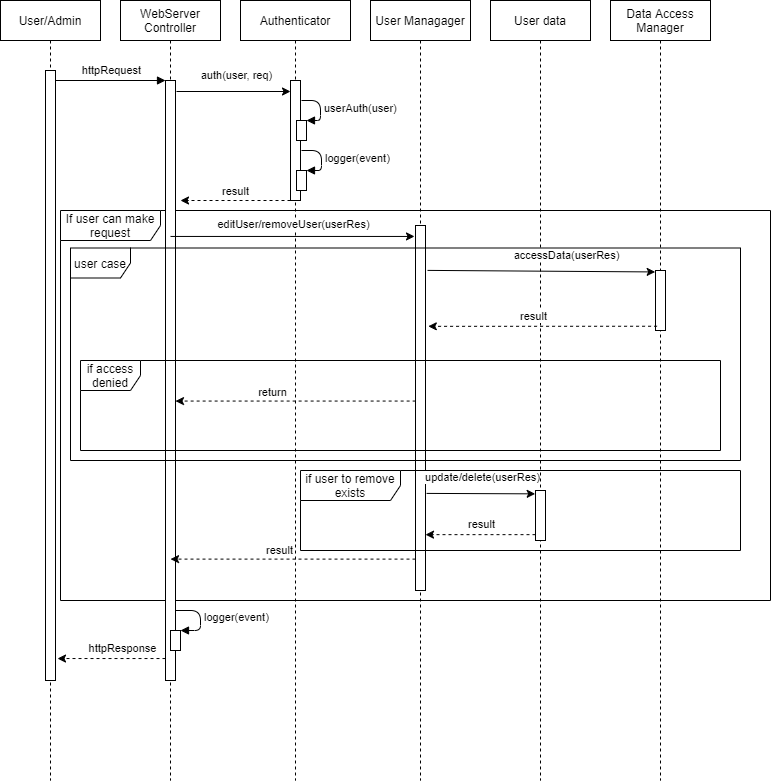
Before: plans/Sequence Diagrams/user_call_editOrRemoveUser.drawio.png, a diagram exported from draw.io (zuper1998/SzamBiztHF). Source tidied: cells renumbered, new cells last; positions are measured from the earlier drawing's top-left corner, leaving out a move shared by most shapes.
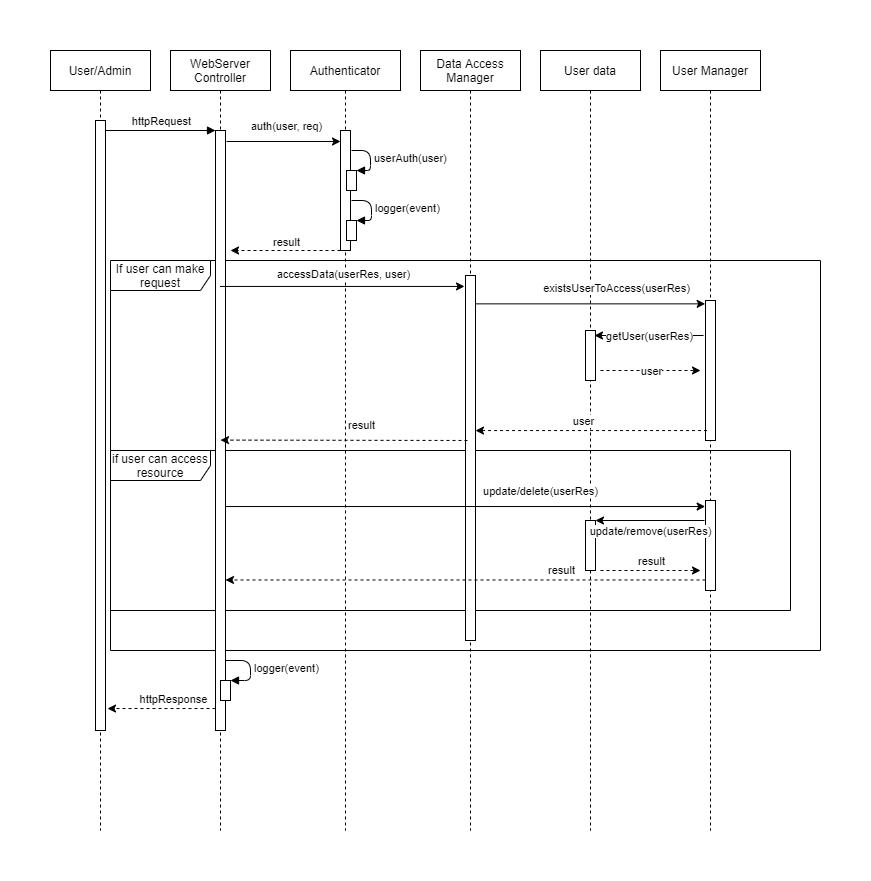
After the commit.

Commit message:
updated and added seq diagrams

Diff of the diagram source:
```diff
@@ -5,6 +5,9 @@
     <mxCell id="2" value="If user can make request" style="shape=umlFrame;whiteSpace=wrap;html=1;width=100;height=30;" parent="1" vertex="1">
       <mxGeometry x="60" y="210" width="710" height="390" as="geometry" />
     </mxCell>
+    <mxCell id="35" value="if user can access resource" style="shape=umlFrame;whiteSpace=wrap;html=1;width=100;height=30;" parent="1" vertex="1">
+      <mxGeometry x="60" y="400" width="680" height="160" as="geometry" />
+    </mxCell>
     <mxCell id="3" value="User/Admin" style="shape=umlLifeline;perimeter=lifelinePerimeter;shadow=0;strokeWidth=1;" parent="1" vertex="1">
       <mxGeometry width="100" height="780" as="geometry" />
     </mxCell>
@@ -89,7 +92,7 @@
         <mxPoint x="19" y="-8" as="offset" />
       </mxGeometry>
     </mxCell>
-    <mxCell id="21" value="User Managager" style="shape=umlLifeline;perimeter=lifelinePerimeter;shadow=0;strokeWidth=1;" parent="1" vertex="1">
+    <mxCell id="21" value="Data Access&#10;Manager" style="shape=umlLifeline;perimeter=lifelinePerimeter;shadow=0;strokeWidth=1;" parent="1" vertex="1">
       <mxGeometry x="370" width="100" height="780" as="geometry" />
     </mxCell>
     <mxCell id="22" style="points=[];perimeter=orthogonalPerimeter;shadow=0;strokeWidth=1;" parent="21" vertex="1">
@@ -98,19 +101,11 @@
     <mxCell id="23" style="endArrow=classic;html=1;entryX=-0.1;entryY=0.03;entryDx=0;entryDy=0;entryPerimeter=0;" parent="1" edge="1" source="5" target="22">
       <mxGeometry relative="1" as="geometry" />
     </mxCell>
-    <mxCell id="24" value="editUser/removeUser(userRes)" style="edgeLabel;html=1;align=center;verticalAlign=middle;" parent="23" vertex="1">
+    <mxCell id="24" value="accessData(userRes, user)" style="edgeLabel;html=1;align=center;verticalAlign=middle;" parent="23" vertex="1">
       <mxGeometry x="-0.11" y="1" relative="1" as="geometry">
         <mxPoint x="14" y="-11" as="offset" />
       </mxGeometry>
     </mxCell>
-    <mxCell id="25" style="endArrow=classic;html=1;exitX=0;exitY=0.914;exitDx=0;exitDy=0;exitPerimeter=0;dashed=1;" parent="1" edge="1" source="22" target="5">
-      <mxGeometry relative="1" as="geometry" />
-    </mxCell>
-    <mxCell id="26" value="result" style="edgeLabel;html=1;align=center;verticalAlign=middle;" parent="25" vertex="1">
-      <mxGeometry x="-0.19" y="1" relative="1" as="geometry">
-        <mxPoint x="-37" y="-10" as="offset" />
-      </mxGeometry>
-    </mxCell>
     <mxCell id="27" style="endArrow=classic;html=1;dashed=1;entryX=1.2;entryY=0.964;entryDx=0;entryDy=0;entryPerimeter=0;" parent="1" edge="1" source="6" target="4">
       <mxGeometry relative="1" as="geometry" />
     </mxCell>
@@ -122,10 +117,13 @@
     <mxCell id="29" value="User data" style="shape=umlLifeline;perimeter=lifelinePerimeter;shadow=0;strokeWidth=1;" parent="1" vertex="1">
       <mxGeometry x="490" width="100" height="780" as="geometry" />
     </mxCell>
-    <mxCell id="30" style="points=[];perimeter=orthogonalPerimeter;shadow=0;strokeWidth=1;" parent="29" vertex="1">
-      <mxGeometry x="45" y="490" width="10" height="50" as="geometry" />
-    </mxCell>
+    <mxCell id="46" style="points=[];perimeter=orthogonalPerimeter;shadow=0;strokeWidth=1;" parent="29" vertex="1">
+      <mxGeometry x="45" y="280" width="10" height="50" as="geometry" />
+    </mxCell>
+    <mxCell id="47" style="perimeter=orthogonalPerimeter;shadow=0;strokeWidth=1;" parent="29" vertex="1">
+      <mxGeometry x="45" y="470" width="10" height="50" as="geometry" />
+    </mxCell>
-    <mxCell id="31" style="endArrow=classic;html=1;dashed=1;exitX=0;exitY=0.883;exitDx=0;exitDy=0;exitPerimeter=0;" parent="1" edge="1" source="30" target="22">
+    <mxCell id="31" style="endArrow=classic;html=1;dashed=1;exitX=0;exitY=0.883;exitDx=0;exitDy=0;exitPerimeter=0;" parent="1" edge="1" source="30" target="6">
       <mxGeometry relative="1" as="geometry" />
     </mxCell>
     <mxCell id="32" value="result" style="edgeLabel;html=1;align=center;verticalAlign=middle;" parent="31" vertex="1">
@@ -133,35 +131,32 @@
         <mxPoint x="-28" y="-9" as="offset" />
       </mxGeometry>
     </mxCell>
-    <mxCell id="33" value="Data Access &#10;Manager" style="shape=umlLifeline;perimeter=lifelinePerimeter;shadow=0;strokeWidth=1;" parent="1" vertex="1">
+    <mxCell id="33" value="User Manager" style="shape=umlLifeline;perimeter=lifelinePerimeter;shadow=0;strokeWidth=1;" parent="1" vertex="1">
       <mxGeometry x="610" width="100" height="780" as="geometry" />
     </mxCell>
     <mxCell id="34" style="points=[];perimeter=orthogonalPerimeter;shadow=0;strokeWidth=1;" parent="33" vertex="1">
-      <mxGeometry x="45" y="270" width="10" height="60" as="geometry" />
+      <mxGeometry x="45" y="250" width="10" height="140" as="geometry" />
     </mxCell>
-    <mxCell id="35" value="if user to remove exists" style="shape=umlFrame;whiteSpace=wrap;html=1;width=100;height=30;" parent="1" vertex="1">
-      <mxGeometry x="300" y="470" width="440" height="80" as="geometry" />
-    </mxCell>
+    <mxCell id="30" style="points=[];perimeter=orthogonalPerimeter;shadow=0;strokeWidth=1;" parent="33" vertex="1">
+      <mxGeometry x="45" y="450" width="10" height="90" as="geometry" />
+    </mxCell>
-    <mxCell id="36" style="endArrow=classic;html=1;dashed=1;exitX=0.157;exitY=0.929;exitDx=0;exitDy=0;exitPerimeter=0;entryX=0.518;entryY=0.297;entryDx=0;entryDy=0;entryPerimeter=0;" parent="1" edge="1" source="34" target="2">
+    <mxCell id="36" style="endArrow=classic;html=1;dashed=1;exitX=0.157;exitY=0.929;exitDx=0;exitDy=0;exitPerimeter=0;" parent="1" edge="1" source="34" target="22">
       <mxGeometry relative="1" as="geometry" />
     </mxCell>
-    <mxCell id="37" value="result" style="edgeLabel;html=1;align=center;verticalAlign=middle;" parent="36" vertex="1">
+    <mxCell id="37" value="user" style="edgeLabel;html=1;align=center;verticalAlign=middle;" parent="36" vertex="1">
       <mxGeometry x="-0.51" y="-1" relative="1" as="geometry">
         <mxPoint x="-68" y="-9" as="offset" />
       </mxGeometry>
     </mxCell>
-    <mxCell id="38" value="user case" style="shape=umlFrame;whiteSpace=wrap;html=1;" parent="1" vertex="1">
-      <mxGeometry x="70" y="247.5" width="670" height="212.5" as="geometry" />
-    </mxCell>
-    <mxCell id="39" style="endArrow=classic;html=1;exitX=1.205;exitY=0.123;exitDx=0;exitDy=0;exitPerimeter=0;entryX=-0.033;entryY=0.024;entryDx=0;entryDy=0;entryPerimeter=0;" parent="1" edge="1" source="22" target="34">
+    <mxCell id="39" style="endArrow=classic;html=1;entryX=-0.033;entryY=0.024;entryDx=0;entryDy=0;entryPerimeter=0;" parent="1" edge="1" source="22" target="34">
       <mxGeometry relative="1" as="geometry" />
     </mxCell>
-    <mxCell id="40" value="accessData(userRes)" style="edgeLabel;html=1;align=center;verticalAlign=middle;" parent="39" vertex="1">
+    <mxCell id="40" value="existsUserToAccess(userRes)" style="edgeLabel;html=1;align=center;verticalAlign=middle;" parent="39" vertex="1">
       <mxGeometry x="0.39" relative="1" as="geometry">
         <mxPoint x="-20" y="-16" as="offset" />
       </mxGeometry>
     </mxCell>
-    <mxCell id="41" style="endArrow=classic;html=1;exitX=1.11;exitY=0.734;exitDx=0;exitDy=0;exitPerimeter=0;entryX=-0.033;entryY=0.067;entryDx=0;entryDy=0;entryPerimeter=0;" parent="1" edge="1" source="22" target="30">
+    <mxCell id="41" style="endArrow=classic;html=1;entryX=-0.033;entryY=0.067;entryDx=0;entryDy=0;entryPerimeter=0;" parent="1" edge="1" source="6" target="30">
       <mxGeometry relative="1" as="geometry" />
     </mxCell>
     <mxCell id="42" value="update/delete(userRes)" style="edgeLabel;html=1;align=center;verticalAlign=middle;" parent="41" vertex="1">
@@ -169,16 +164,50 @@
         <mxPoint x="-20" y="-16" as="offset" />
       </mxGeometry>
     </mxCell>
-    <mxCell id="43" value="if access denied" style="shape=umlFrame;whiteSpace=wrap;html=1;" parent="1" vertex="1">
-      <mxGeometry x="80" y="360" width="640" height="90" as="geometry" />
-    </mxCell>
+    <mxCell id="48" style="endArrow=classic;html=1;rounded=0;edgeStyle=orthogonalEdgeStyle;exitX=-0.2;exitY=0.25;exitDx=0;exitDy=0;exitPerimeter=0;entryX=0.9;entryY=0.1;entryDx=0;entryDy=0;entryPerimeter=0;" parent="1" edge="1" source="34" target="46">
+      <mxGeometry relative="1" as="geometry" />
+    </mxCell>
+    <mxCell id="49" value="getUser(userRes)" style="edgeLabel;html=1;align=center;verticalAlign=middle;" parent="48" vertex="1">
+      <mxGeometry relative="1" as="geometry" />
+    </mxCell>
+    <mxCell id="50" style="endArrow=classic;html=1;rounded=0;edgeStyle=orthogonalEdgeStyle;dashed=1;" parent="1" edge="1">
+      <mxGeometry relative="1" as="geometry">
+        <mxPoint x="550" y="320" as="sourcePoint" />
+        <mxPoint x="650" y="320" as="targetPoint" />
+      </mxGeometry>
+    </mxCell>
+    <mxCell id="51" value="user" style="edgeLabel;html=1;align=center;verticalAlign=middle;" parent="50" vertex="1">
+      <mxGeometry relative="1" as="geometry" />
+    </mxCell>
-    <mxCell id="44" style="endArrow=classic;html=1;dashed=1;exitX=0.014;exitY=0.481;exitDx=0;exitDy=0;exitPerimeter=0;" parent="1" edge="1" source="22" target="6">
+    <mxCell id="44" style="endArrow=classic;html=1;dashed=1;exitX=0.2;exitY=0.452;exitDx=0;exitDy=0;exitPerimeter=0;entryX=0.5;entryY=0.516;entryDx=0;entryDy=0;entryPerimeter=0;" parent="1" edge="1" source="22" target="6">
       <mxGeometry relative="1" as="geometry" />
     </mxCell>
-    <mxCell id="45" value="return" style="edgeLabel;html=1;align=center;verticalAlign=middle;" parent="44" vertex="1">
-      <mxGeometry x="0.35" y="-1" relative="1" as="geometry">
-        <mxPoint x="19" y="-8" as="offset" />
-      </mxGeometry>
-    </mxCell>
+    <mxCell id="26" value="result" style="edgeLabel;html=1;align=center;verticalAlign=middle;" parent="44" vertex="1">
+      <mxGeometry x="-0.51" y="-1" relative="1" as="geometry">
+        <mxPoint x="-47" y="-14" as="offset" />
+      </mxGeometry>
+    </mxCell>
+    <mxCell id="52" style="endArrow=classic;html=1;rounded=0;edgeStyle=orthogonalEdgeStyle;exitX=-0.2;exitY=0.25;exitDx=0;exitDy=0;exitPerimeter=0;entryX=0.9;entryY=0.1;entryDx=0;entryDy=0;entryPerimeter=0;" parent="1" edge="1">
+      <mxGeometry relative="1" as="geometry">
+        <mxPoint x="654" y="470" as="sourcePoint" />
+        <mxPoint x="545" y="470" as="targetPoint" />
+      </mxGeometry>
+    </mxCell>
+    <mxCell id="53" value="update/remove(userRes)" style="edgeLabel;html=1;align=center;verticalAlign=middle;" parent="52" vertex="1">
+      <mxGeometry relative="1" as="geometry">
+        <mxPoint y="10" as="offset" />
+      </mxGeometry>
+    </mxCell>
+    <mxCell id="54" style="endArrow=classic;html=1;rounded=0;edgeStyle=orthogonalEdgeStyle;dashed=1;" parent="1" edge="1">
+      <mxGeometry relative="1" as="geometry">
+        <mxPoint x="550" y="520" as="sourcePoint" />
+        <mxPoint x="650" y="520" as="targetPoint" />
+      </mxGeometry>
+    </mxCell>
+    <mxCell id="55" value="result" style="edgeLabel;html=1;align=center;verticalAlign=middle;" parent="54" vertex="1">
+      <mxGeometry relative="1" as="geometry">
+        <mxPoint y="-10" as="offset" />
+      </mxGeometry>
+    </mxCell>
   </root>
 </mxGraphModel>
```
